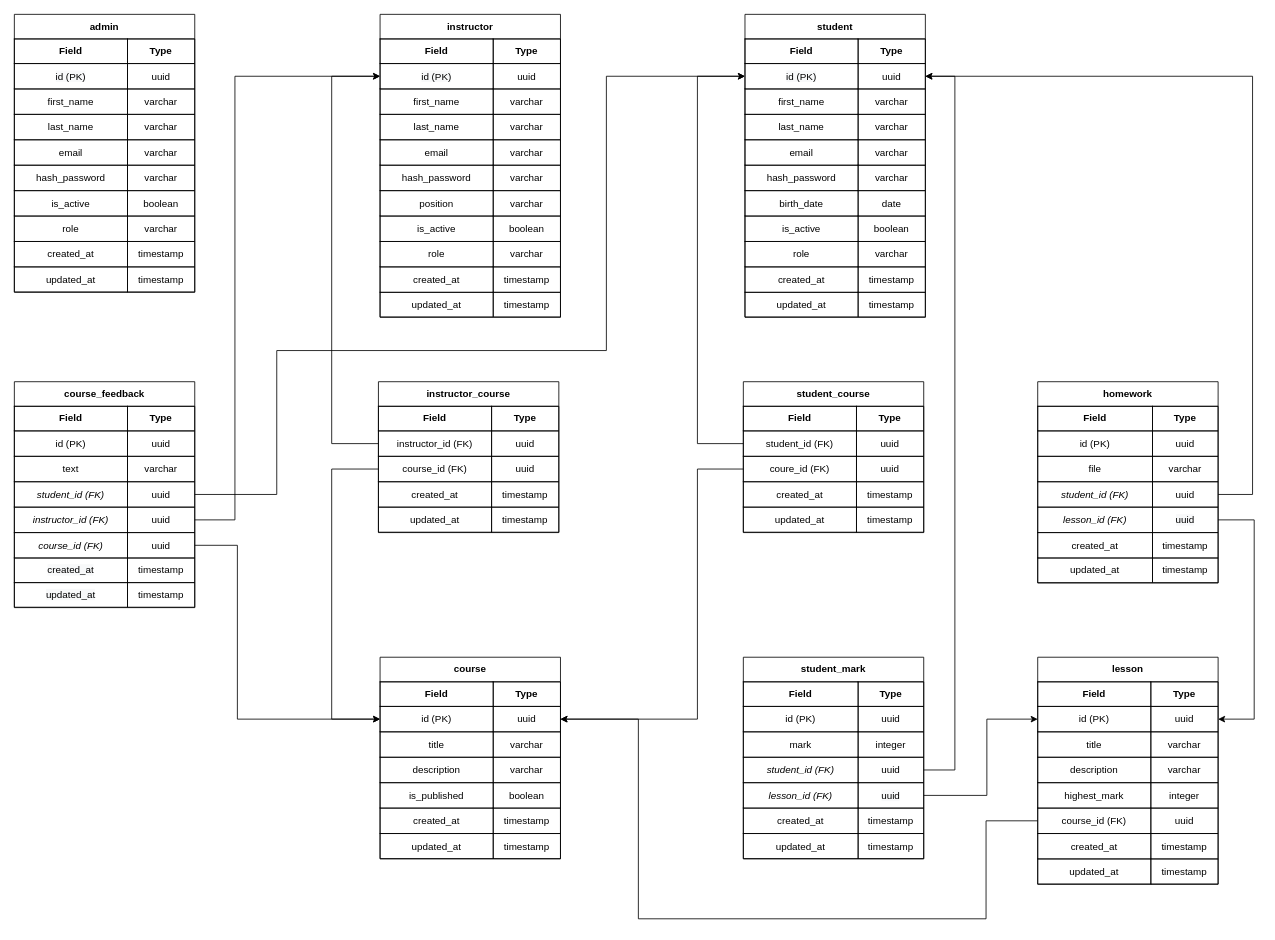
This is tables.drawio from PashaShevchuk/diagrams, a draw.io file, before an edit. Source tidied: cells renumbered, new cells numbered last; positions are measured from the earlier drawing's top-left corner, leaving out a move shared by most shapes. Both pictures are drawn from the tidied source at 82%, with x=0, y=0 at pixel (14, 14).
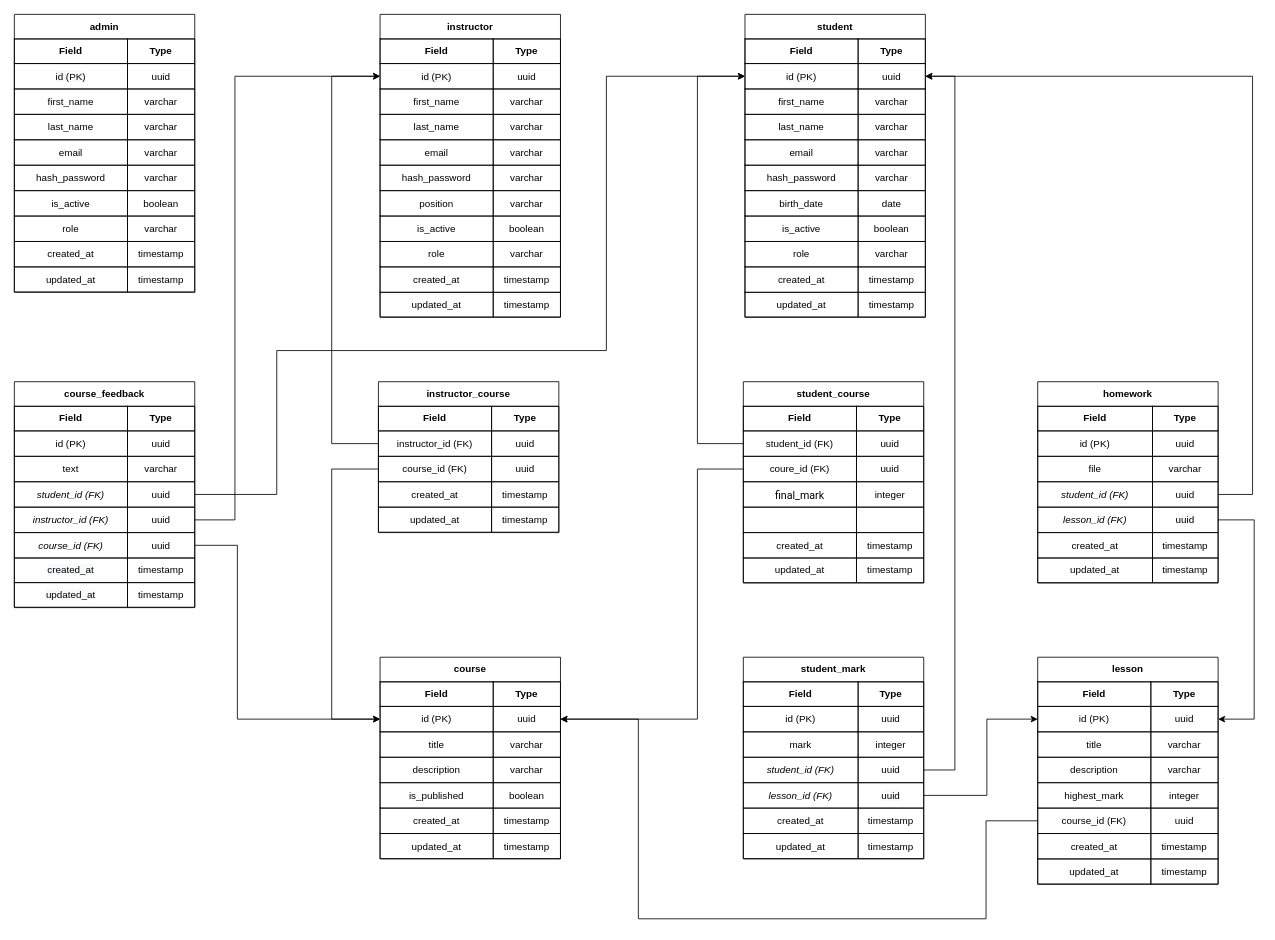
The same diagram, later.

The edit, as a diff of the source:
```diff
@@
     <mxCell id="55" value="student_course" style="swimlane;startSize=30;html=1;whiteSpace=wrap;childLayout=tableLayout;" parent="1" vertex="1">
-      <mxGeometry x="889" y="448" width="220" height="183.5" as="geometry" />
+      <mxGeometry x="889" y="448" width="220" height="245.5" as="geometry" />
     </mxCell>
@@
+    <mxCell id="261" style="html=1;whiteSpace=wrap;fillColor=none;strokeColor=none;" parent="55" vertex="1">
+      <mxGeometry y="122" width="220" height="31" as="geometry" />
+    </mxCell>
+    <mxCell id="262" value="&lt;span style=&quot;font-family: Roboto, RobotoDraft, Helvetica, Arial, sans-serif; font-size: 13px; text-align: start;&quot;&gt;final_mark&lt;/span&gt;" style="shape=partialRectangle;html=1;whiteSpace=wrap;fillColor=none;" parent="261" vertex="1">
+      <mxGeometry width="138" height="31" as="geometry" />
+    </mxCell>
+    <mxCell id="263" value="integer" style="shape=partialRectangle;html=1;whiteSpace=wrap;fillColor=none;" parent="261" vertex="1">
+      <mxGeometry x="138" width="82" height="31" as="geometry" />
+    </mxCell>
+    <mxCell id="264" style="html=1;whiteSpace=wrap;fillColor=none;strokeColor=none;" parent="55" vertex="1">
+      <mxGeometry y="153" width="220" height="31" as="geometry" />
+    </mxCell>
+    <mxCell id="265" style="shape=partialRectangle;html=1;whiteSpace=wrap;fillColor=none;" parent="264" vertex="1">
+      <mxGeometry width="138" height="31" as="geometry" />
+    </mxCell>
+    <mxCell id="266" style="shape=partialRectangle;html=1;whiteSpace=wrap;fillColor=none;" parent="264" vertex="1">
+      <mxGeometry x="138" width="82" height="31" as="geometry" />
+    </mxCell>
     <mxCell id="65" style="html=1;whiteSpace=wrap;fillColor=none;strokeColor=none;" parent="55" vertex="1">
-      <mxGeometry y="122" width="220" height="31" as="geometry" />
+      <mxGeometry y="184" width="220" height="31" as="geometry" />
     </mxCell>
@@
     <mxCell id="68" style="html=1;whiteSpace=wrap;fillColor=none;strokeColor=none;" parent="55" vertex="1">
-      <mxGeometry y="153" width="220" height="31" as="geometry" />
+      <mxGeometry y="215" width="220" height="30" as="geometry" />
     </mxCell>
     <mxCell id="69" value="&lt;span style=&quot;&quot;&gt;updated_at&lt;/span&gt;" style="shape=partialRectangle;html=1;whiteSpace=wrap;fillColor=none;" parent="68" vertex="1">
-      <mxGeometry width="138" height="31" as="geometry" />
+      <mxGeometry width="138" height="30" as="geometry" />
     </mxCell>
     <mxCell id="70" value="&lt;span style=&quot;&quot;&gt;timestamp&lt;/span&gt;" style="shape=partialRectangle;html=1;whiteSpace=wrap;fillColor=none;" parent="68" vertex="1">
-      <mxGeometry x="138" width="82" height="31" as="geometry" />
+      <mxGeometry x="138" width="82" height="30" as="geometry" />
     </mxCell>
```
